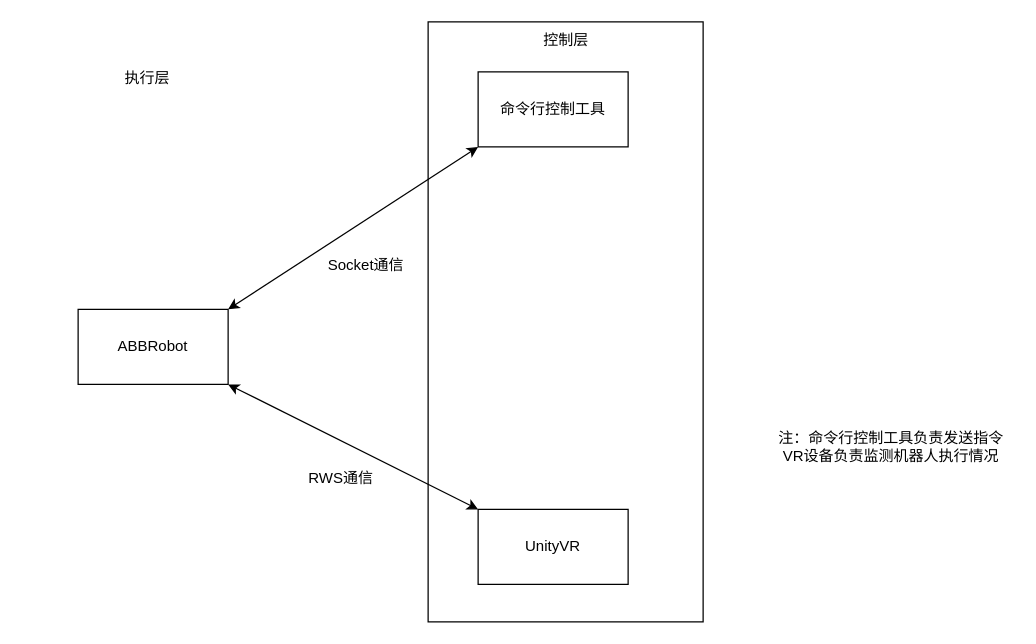
Above: page "第 10 页" (10 of 11) of 未命名绘图.drawio in yyy-router/drawio (draw.io), before the change. Source tidied: cells renumbered, new cells numbered last; positions are measured from the earlier drawing's top-left corner, leaving out a move shared by most shapes. Both pictures are drawn from the tidied source at 125%, with x=0, y=0 at pixel (21, 21).
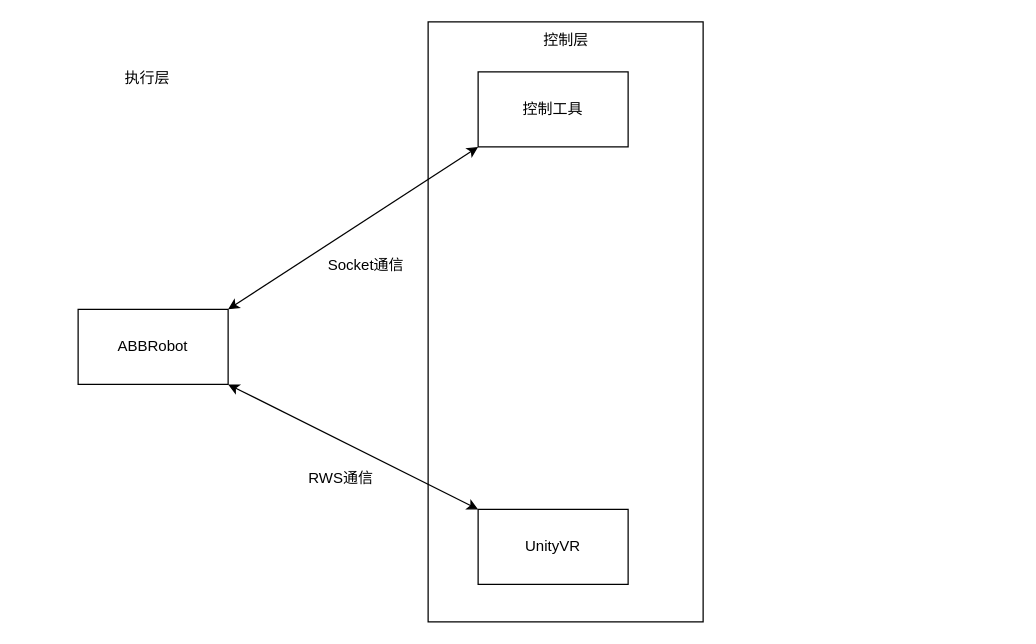
The same page after the edit.

Commit message:
毕设系统架构

Diff of the diagram source:
```diff
@@
 <mxGraphModel>
   <root>
     <mxCell id="0" />
     <mxCell id="1" parent="0" />
     <mxCell id="2" style="rounded=0;whiteSpace=wrap;html=1;" parent="1" vertex="1">
       <mxGeometry x="325" width="220" height="480" as="geometry" />
     </mxCell>
     <mxCell id="3" style="rounded=0;whiteSpace=wrap;html=1;strokeColor=none;" parent="1" vertex="1">
       <mxGeometry y="20" width="210" height="450" as="geometry" />
     </mxCell>
     <mxCell id="4" value="ABBRobot" style="rounded=0;whiteSpace=wrap;html=1;" parent="1" vertex="1">
       <mxGeometry x="45" y="230" width="120" height="60" as="geometry" />
     </mxCell>
-    <mxCell id="5" value="命令行控制工具" style="rounded=0;whiteSpace=wrap;html=1;" parent="1" vertex="1">
+    <mxCell id="5" value="控制工具" style="rounded=0;whiteSpace=wrap;html=1;" parent="1" vertex="1">
       <mxGeometry x="365" y="40" width="120" height="60" as="geometry" />
     </mxCell>
     <mxCell id="6" style="endArrow=classic;startArrow=classic;html=1;rounded=0;exitX=1;exitY=0;exitDx=0;exitDy=0;entryX=0;entryY=1;entryDx=0;entryDy=0;" parent="1" edge="1" source="4" target="5">
       <mxGeometry relative="1" as="geometry" />
     </mxCell>
     <mxCell id="7" value="Socket通信" style="text;html=1;align=center;verticalAlign=middle;strokeColor=none;fillColor=none;" parent="1" vertex="1">
       <mxGeometry x="235" y="180" width="80" height="30" as="geometry" />
     </mxCell>
     <mxCell id="8" value="UnityVR" style="rounded=0;whiteSpace=wrap;html=1;" parent="1" vertex="1">
       <mxGeometry x="365" y="390" width="120" height="60" as="geometry" />
     </mxCell>
     <mxCell id="9" style="endArrow=classic;startArrow=classic;html=1;rounded=0;entryX=1;entryY=1;entryDx=0;entryDy=0;exitX=0;exitY=0;exitDx=0;exitDy=0;" parent="1" edge="1" source="8" target="4">
       <mxGeometry relative="1" as="geometry" />
     </mxCell>
     <mxCell id="10" value="RWS通信" style="text;html=1;align=center;verticalAlign=middle;strokeColor=none;fillColor=none;" parent="1" vertex="1">
       <mxGeometry x="215" y="350" width="80" height="30" as="geometry" />
     </mxCell>
     <mxCell id="11" value="执行层" style="text;html=1;align=center;verticalAlign=middle;strokeColor=none;fillColor=none;" parent="1" vertex="1">
       <mxGeometry x="70" y="30" width="60" height="30" as="geometry" />
     </mxCell>
     <mxCell id="12" value="控制层" style="text;html=1;align=center;verticalAlign=middle;strokeColor=none;fillColor=none;" parent="1" vertex="1">
       <mxGeometry x="405" width="60" height="30" as="geometry" />
     </mxCell>
-    <mxCell id="13" value="注：命令行控制工具负责发送指令&lt;div&gt;VR设备负责监测机器人执行情况&lt;/div&gt;" style="text;html=1;align=center;verticalAlign=middle;strokeColor=none;fillColor=none;" parent="1" vertex="1">
-      <mxGeometry x="595" y="320" width="200" height="40" as="geometry" />
-    </mxCell>
   </root>
 </mxGraphModel>
```
